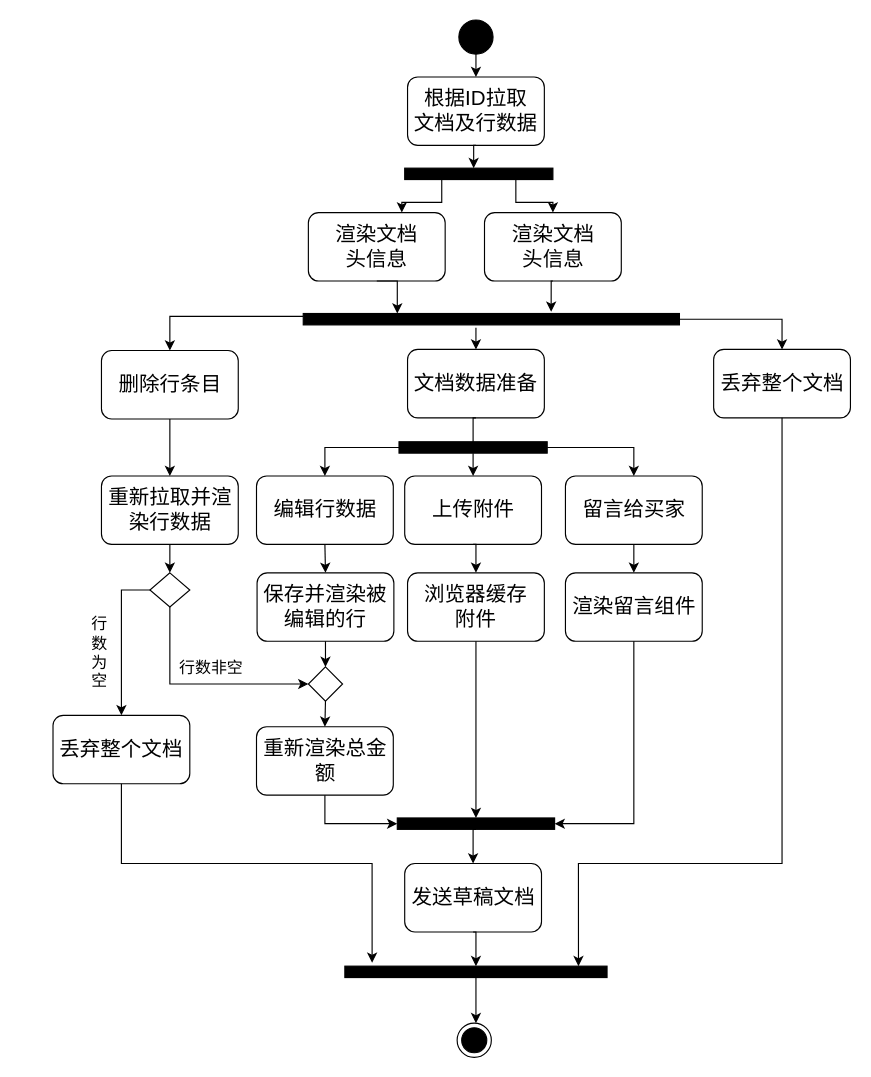
This is page "形式发票草稿" (5 of 7) of 概要设计.drawio from Robbie-Han/graduation-thesis, a draw.io file, before an edit. Source tidied: cells renumbered, new cells numbered last; positions are measured from the earlier drawing's top-left corner, leaving out a move shared by most shapes. Both pictures are drawn from the tidied source at 114%, with x=0, y=0 at pixel (52, 19).
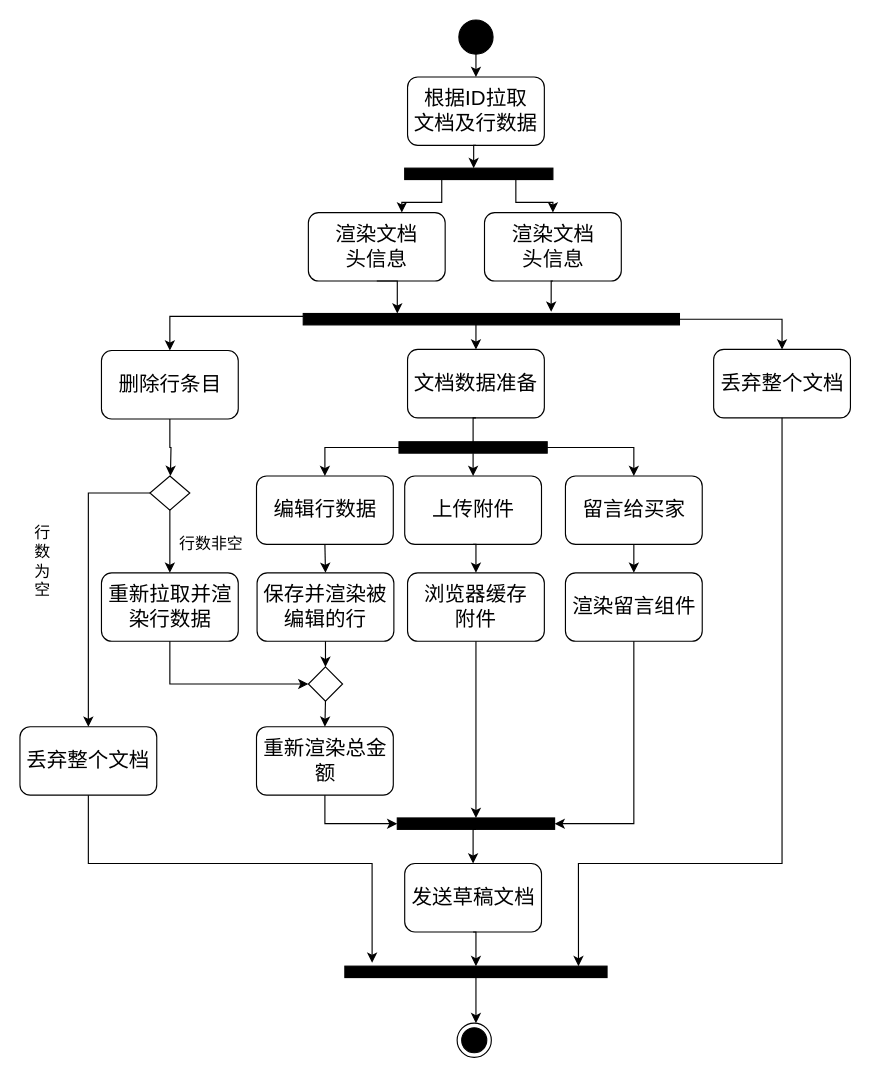
Above is the later version.

Commit message (it also covers changes not shown here):
更新概要设计.drawio

The change refers to these unchanged cells:
```xml
<mxCell id="13" style="rounded=0;whiteSpace=wrap;html=1;fillColor=#000000;" parent="1" vertex="1">
  <mxGeometry x="219.5" y="257.5" width="330" height="10" as="geometry" />
</mxCell>
<mxCell id="19" style="rhombus;whiteSpace=wrap;html=1;fillColor=none;" parent="1" vertex="1">
  <mxGeometry x="224" y="567.5" width="30" height="30" as="geometry" />
</mxCell>
<mxCell id="23" value="&lt;span style=&quot;font-size: 18px&quot;&gt;删除行条目&lt;/span&gt;" style="rounded=1;whiteSpace=wrap;html=1;fillColor=none;" parent="1" vertex="1">
  <mxGeometry x="42.5" y="290" width="120" height="60" as="geometry" />
</mxCell>
<mxCell id="33" style="rounded=0;whiteSpace=wrap;html=1;fillColor=#000000;" parent="1" vertex="1">
  <mxGeometry x="256" y="830" width="230" height="10" as="geometry" />
</mxCell>
<mxCell id="50" value="&lt;span style=&quot;font-size: 18px&quot;&gt;文档数据准备&lt;/span&gt;" style="rounded=1;whiteSpace=wrap;html=1;fillColor=none;" parent="1" vertex="1">
  <mxGeometry x="311" y="289" width="120" height="60" as="geometry" />
</mxCell>
```

Change to the diagram source:
```diff
@@
-    <mxCell id="22" style="edgeStyle=orthogonalEdgeStyle;rounded=0;jettySize=auto;html=1;exitX=0.5;exitY=1;exitDx=0;exitDy=0;entryX=0.5;entryY=0;entryDx=0;entryDy=0;" parent="1" edge="1" source="23" target="25">
-      <mxGeometry relative="1" as="geometry" />
+    <mxCell id="22" style="edgeStyle=orthogonalEdgeStyle;rounded=0;jettySize=auto;html=1;exitX=0.5;exitY=1;exitDx=0;exitDy=0;entryX=0.5;entryY=0;entryDx=0;entryDy=0;" parent="1" edge="1" source="23">
+      <mxGeometry relative="1" as="geometry">
+        <mxPoint x="103" y="400" as="targetPoint" />
+      </mxGeometry>
     </mxCell>
@@
-    <mxCell id="24" style="edgeStyle=orthogonalEdgeStyle;rounded=0;jettySize=auto;html=1;exitX=0.5;exitY=1;exitDx=0;exitDy=0;entryX=0.5;entryY=0;entryDx=0;entryDy=0;" parent="1" edge="1" source="25" target="28">
-      <mxGeometry relative="1" as="geometry" />
-    </mxCell>
-    <mxCell id="25" value="&lt;span style=&quot;font-size: 18px&quot;&gt;重新拉取并渲染行数据&lt;/span&gt;" style="rounded=1;whiteSpace=wrap;html=1;fillColor=none;" parent="1" vertex="1">
-      <mxGeometry x="42.5" y="400" width="120" height="60" as="geometry" />
-    </mxCell>
-    <mxCell id="26" style="edgeStyle=orthogonalEdgeStyle;rounded=0;jettySize=auto;html=1;exitX=0.5;exitY=1;exitDx=0;exitDy=0;entryX=0;entryY=0.5;entryDx=0;entryDy=0;" parent="1" edge="1" source="28" target="19">
+    <mxCell id="26" style="edgeStyle=orthogonalEdgeStyle;rounded=0;jettySize=auto;html=1;exitX=0.5;exitY=1;exitDx=0;exitDy=0;entryX=0.5;entryY=0;entryDx=0;entryDy=0;" parent="1" edge="1" source="28" target="25">
       <mxGeometry relative="1" as="geometry" />
     </mxCell>
     <mxCell id="27" style="edgeStyle=orthogonalEdgeStyle;rounded=0;jettySize=auto;html=1;exitX=0;exitY=0.5;exitDx=0;exitDy=0;entryX=0.5;entryY=0;entryDx=0;entryDy=0;" parent="1" edge="1" source="28" target="35">
-      <mxGeometry relative="1" as="geometry" />
+      <mxGeometry relative="1" as="geometry">
+        <Array as="points">
+          <mxPoint x="31" y="415" />
+        </Array>
+      </mxGeometry>
     </mxCell>
     <mxCell id="28" style="rhombus;whiteSpace=wrap;html=1;fillColor=none;" parent="1" vertex="1">
-      <mxGeometry x="85" y="485" width="35" height="30" as="geometry" />
+      <mxGeometry x="85" y="400" width="35" height="30" as="geometry" />
     </mxCell>
@@
     <mxCell id="34" style="edgeStyle=orthogonalEdgeStyle;rounded=0;jettySize=auto;html=1;exitX=0.5;exitY=1;exitDx=0;exitDy=0;entryX=0.104;entryY=-0.3;entryDx=0;entryDy=0;entryPerimeter=0;" parent="1" edge="1" source="35" target="33">
       <mxGeometry relative="1" as="geometry">
         <Array as="points">
-          <mxPoint x="60" y="740" />
+          <mxPoint x="31" y="740" />
           <mxPoint x="280" y="740" />
         </Array>
       </mxGeometry>
     </mxCell>
     <mxCell id="35" value="&lt;span style=&quot;font-size: 18px&quot;&gt;丢弃整个文档&lt;/span&gt;" style="rounded=1;whiteSpace=wrap;html=1;fillColor=none;" parent="1" vertex="1">
-      <mxGeometry y="610" width="120" height="60" as="geometry" />
+      <mxGeometry x="-29" y="620" width="120" height="60" as="geometry" />
     </mxCell>
@@
-    <mxCell id="49" style="edgeStyle=orthogonalEdgeStyle;rounded=0;jettySize=auto;html=1;exitX=0.459;exitY=1.25;exitDx=0;exitDy=0;entryX=0.5;entryY=0;entryDx=0;entryDy=0;exitPerimeter=0;" parent="1" edge="1" source="13" target="50">
-      <mxGeometry relative="1" as="geometry" />
+    <mxCell id="49" style="edgeStyle=orthogonalEdgeStyle;rounded=0;jettySize=auto;html=1;entryX=0.5;entryY=0;entryDx=0;entryDy=0;" parent="1" edge="1" target="50">
+      <mxGeometry relative="1" as="geometry">
+        <mxPoint x="371" y="263" as="sourcePoint" />
+      </mxGeometry>
     </mxCell>
@@
     <mxCell id="55" value="&lt;font style=&quot;font-size: 14px&quot;&gt;行数为空&lt;/font&gt;" style="text;html=1;strokeColor=none;fillColor=none;align=center;verticalAlign=middle;whiteSpace=wrap;rounded=0;" parent="1" vertex="1">
-      <mxGeometry x="31" y="545" width="20" height="20" as="geometry" />
+      <mxGeometry x="-19" y="465" width="20" height="20" as="geometry" />
     </mxCell>
     <mxCell id="56" value="&lt;font style=&quot;font-size: 14px&quot;&gt;行数非空&lt;/font&gt;" style="text;html=1;" parent="1" vertex="1">
-      <mxGeometry x="108.5" y="552.5" width="70" height="30" as="geometry" />
+      <mxGeometry x="109" y="445" width="70" height="30" as="geometry" />
     </mxCell>
@@
+    <mxCell id="60" style="edgeStyle=orthogonalEdgeStyle;rounded=0;jettySize=auto;html=1;exitX=0.5;exitY=1;exitDx=0;exitDy=0;entryX=0;entryY=0.5;entryDx=0;entryDy=0;" parent="1" edge="1" source="25" target="19">
+      <mxGeometry relative="1" as="geometry" />
+    </mxCell>
+    <mxCell id="25" value="&lt;span style=&quot;font-size: 18px&quot;&gt;重新拉取并渲染行数据&lt;/span&gt;" style="rounded=1;whiteSpace=wrap;html=1;fillColor=none;" parent="1" vertex="1">
+      <mxGeometry x="42.5" y="485" width="120" height="60" as="geometry" />
+    </mxCell>
```
